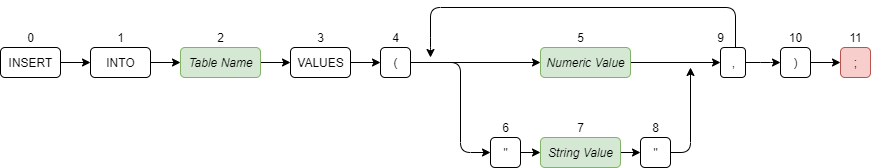
The draw.io diagram out/production/Masters Project/files/images/helpscreen/InsertDiagram.png in DeliciousWaffle/MastersProject, before a commit. Source tidied: cells renumbered, new cells last; positions are measured from the earlier drawing's top-left corner, leaving out a move shared by most shapes. Source of this version:
```xml
<mxGraphModel>
  <root>
    <mxCell id="0" />
    <mxCell id="1" parent="0" />
    <mxCell id="2" style="edgeStyle=orthogonalEdgeStyle;jettySize=auto;html=1;exitX=1;exitY=0.5;exitDx=0;exitDy=0;entryX=0;entryY=0.5;entryDx=0;entryDy=0;" parent="1" edge="1" source="3" target="6">
      <mxGeometry relative="1" as="geometry" />
    </mxCell>
    <mxCell id="3" value="INSERT" style="html=1;rounded=1;" parent="1" vertex="1">
      <mxGeometry y="40" width="60" height="30" as="geometry" />
    </mxCell>
    <mxCell id="4" value="0" style="text;html=1;align=center;verticalAlign=middle;rounded=1;" parent="1" vertex="1">
      <mxGeometry x="20" y="20" width="20" height="20" as="geometry" />
    </mxCell>
    <mxCell id="5" style="edgeStyle=orthogonalEdgeStyle;jettySize=auto;html=1;exitX=1;exitY=0.5;exitDx=0;exitDy=0;entryX=0;entryY=0.5;entryDx=0;entryDy=0;" parent="1" edge="1" source="6" target="9">
      <mxGeometry relative="1" as="geometry" />
    </mxCell>
    <mxCell id="6" value="INTO" style="html=1;rounded=1;" parent="1" vertex="1">
      <mxGeometry x="90" y="40" width="60" height="30" as="geometry" />
    </mxCell>
    <mxCell id="7" value="1" style="text;html=1;align=center;verticalAlign=middle;rounded=1;" parent="1" vertex="1">
      <mxGeometry x="110" y="20" width="20" height="20" as="geometry" />
    </mxCell>
    <mxCell id="8" style="edgeStyle=orthogonalEdgeStyle;jettySize=auto;html=1;exitX=1;exitY=0.5;exitDx=0;exitDy=0;entryX=0;entryY=0.5;entryDx=0;entryDy=0;" parent="1" edge="1" source="9" target="12">
      <mxGeometry relative="1" as="geometry" />
    </mxCell>
    <mxCell id="9" value="&lt;i&gt;Table Name&lt;/i&gt;" style="html=1;fillColor=#d5e8d4;strokeColor=#82b366;rounded=1;" parent="1" vertex="1">
      <mxGeometry x="180" y="40" width="80" height="30" as="geometry" />
    </mxCell>
    <mxCell id="10" value="2" style="text;html=1;align=center;verticalAlign=middle;rounded=1;" parent="1" vertex="1">
      <mxGeometry x="210" y="20" width="20" height="20" as="geometry" />
    </mxCell>
    <mxCell id="11" style="edgeStyle=orthogonalEdgeStyle;jettySize=auto;html=1;exitX=1;exitY=0.5;exitDx=0;exitDy=0;entryX=0;entryY=0.5;entryDx=0;entryDy=0;" parent="1" edge="1" source="12" target="16">
      <mxGeometry relative="1" as="geometry" />
    </mxCell>
    <mxCell id="12" value="VALUES" style="html=1;rounded=1;" parent="1" vertex="1">
      <mxGeometry x="290" y="40" width="60" height="30" as="geometry" />
    </mxCell>
    <mxCell id="13" value="3" style="text;html=1;align=center;verticalAlign=middle;rounded=1;" parent="1" vertex="1">
      <mxGeometry x="310" y="20" width="20" height="20" as="geometry" />
    </mxCell>
    <mxCell id="14" style="edgeStyle=orthogonalEdgeStyle;jettySize=auto;html=1;exitX=1;exitY=0.5;exitDx=0;exitDy=0;entryX=0;entryY=0.5;entryDx=0;entryDy=0;" parent="1" edge="1" source="16" target="19">
      <mxGeometry relative="1" as="geometry" />
    </mxCell>
    <mxCell id="15" style="edgeStyle=orthogonalEdgeStyle;rounded=1;jettySize=auto;html=1;exitX=1;exitY=0.5;exitDx=0;exitDy=0;entryX=0;entryY=0.5;entryDx=0;entryDy=0;" parent="1" edge="1" source="16" target="33">
      <mxGeometry relative="1" as="geometry">
        <Array as="points">
          <mxPoint x="460" y="55" />
        </Array>
      </mxGeometry>
    </mxCell>
    <mxCell id="16" value="(" style="html=1;rounded=1;" parent="1" vertex="1">
      <mxGeometry x="380" y="40" width="30" height="30" as="geometry" />
    </mxCell>
    <mxCell id="17" value="4" style="text;html=1;align=center;verticalAlign=middle;rounded=1;" parent="1" vertex="1">
      <mxGeometry x="385" y="20" width="20" height="20" as="geometry" />
    </mxCell>
    <mxCell id="18" style="edgeStyle=orthogonalEdgeStyle;jettySize=auto;html=1;exitX=1;exitY=0.5;exitDx=0;exitDy=0;entryX=0;entryY=0.5;entryDx=0;entryDy=0;" parent="1" edge="1" source="19" target="25">
      <mxGeometry relative="1" as="geometry" />
    </mxCell>
    <mxCell id="19" value="&lt;i&gt;Numeric Value&lt;/i&gt;" style="html=1;fillColor=#d5e8d4;strokeColor=#82b366;rounded=1;" parent="1" vertex="1">
      <mxGeometry x="540" y="40" width="90" height="30" as="geometry" />
    </mxCell>
    <mxCell id="20" value="5" style="text;html=1;align=center;verticalAlign=middle;rounded=1;" parent="1" vertex="1">
      <mxGeometry x="570" y="20" width="20" height="20" as="geometry" />
    </mxCell>
    <mxCell id="21" value=";" style="html=1;fillColor=#f8cecc;strokeColor=#b85450;rounded=1;" parent="1" vertex="1">
      <mxGeometry x="840" y="40" width="30" height="30" as="geometry" />
    </mxCell>
    <mxCell id="22" value="8" style="text;html=1;align=center;verticalAlign=middle;rounded=1;" parent="1" vertex="1">
      <mxGeometry x="645" y="110" width="20" height="20" as="geometry" />
    </mxCell>
    <mxCell id="23" style="edgeStyle=orthogonalEdgeStyle;jettySize=auto;html=1;exitX=1;exitY=0.5;exitDx=0;exitDy=0;entryX=0;entryY=0.5;entryDx=0;entryDy=0;" parent="1" edge="1" source="25" target="28">
      <mxGeometry relative="1" as="geometry">
        <Array as="points">
          <mxPoint x="770" y="55" />
          <mxPoint x="770" y="55" />
        </Array>
      </mxGeometry>
    </mxCell>
    <mxCell id="24" style="edgeStyle=orthogonalEdgeStyle;rounded=1;jettySize=auto;html=1;exitX=1;exitY=0.5;exitDx=0;exitDy=0;" parent="1" edge="1" source="25">
      <mxGeometry relative="1" as="geometry">
        <mxPoint x="430" y="50" as="targetPoint" />
        <Array as="points">
          <mxPoint x="735" y="55" />
          <mxPoint x="735" />
          <mxPoint x="430" />
          <mxPoint x="430" y="40" />
        </Array>
      </mxGeometry>
    </mxCell>
    <mxCell id="25" value="," style="html=1;rounded=1;" parent="1" vertex="1">
      <mxGeometry x="720" y="40" width="25" height="30" as="geometry" />
    </mxCell>
    <mxCell id="26" value="6" style="text;html=1;align=center;verticalAlign=middle;rounded=1;" parent="1" vertex="1">
      <mxGeometry x="495" y="110" width="20" height="20" as="geometry" />
    </mxCell>
    <mxCell id="27" style="edgeStyle=orthogonalEdgeStyle;jettySize=auto;html=1;exitX=1;exitY=0.5;exitDx=0;exitDy=0;entryX=0;entryY=0.5;entryDx=0;entryDy=0;" parent="1" edge="1" source="28" target="21">
      <mxGeometry relative="1" as="geometry" />
    </mxCell>
    <mxCell id="28" value=")" style="html=1;rounded=1;" parent="1" vertex="1">
      <mxGeometry x="780" y="40" width="30" height="30" as="geometry" />
    </mxCell>
    <mxCell id="29" value="7" style="text;html=1;align=center;verticalAlign=middle;rounded=1;" parent="1" vertex="1">
      <mxGeometry x="570" y="110" width="20" height="20" as="geometry" />
    </mxCell>
    <mxCell id="30" style="edgeStyle=orthogonalEdgeStyle;rounded=0;jettySize=auto;html=1;exitX=1;exitY=0.5;exitDx=0;exitDy=0;entryX=0;entryY=0.5;entryDx=0;entryDy=0;" parent="1" edge="1" source="31" target="35">
      <mxGeometry relative="1" as="geometry" />
    </mxCell>
    <mxCell id="31" value="&lt;i&gt;String Value&lt;/i&gt;" style="html=1;fillColor=#d5e8d4;strokeColor=#82b366;rounded=1;" parent="1" vertex="1">
      <mxGeometry x="540" y="130" width="80" height="30" as="geometry" />
    </mxCell>
    <mxCell id="32" style="edgeStyle=orthogonalEdgeStyle;rounded=0;jettySize=auto;html=1;exitX=1;exitY=0.5;exitDx=0;exitDy=0;entryX=0;entryY=0.5;entryDx=0;entryDy=0;" parent="1" edge="1" source="33" target="31">
      <mxGeometry relative="1" as="geometry" />
    </mxCell>
    <mxCell id="33" value="&quot;" style="html=1;rounded=1;" parent="1" vertex="1">
      <mxGeometry x="490" y="130" width="30" height="30" as="geometry" />
    </mxCell>
    <mxCell id="34" style="edgeStyle=orthogonalEdgeStyle;rounded=1;jettySize=auto;html=1;exitX=1;exitY=0.5;exitDx=0;exitDy=0;" parent="1" edge="1" source="35">
      <mxGeometry relative="1" as="geometry">
        <mxPoint x="690" y="60" as="targetPoint" />
        <Array as="points">
          <mxPoint x="690" y="145" />
          <mxPoint x="690" y="60" />
        </Array>
      </mxGeometry>
    </mxCell>
    <mxCell id="35" value="&quot;" style="html=1;rounded=1;" parent="1" vertex="1">
      <mxGeometry x="640" y="130" width="30" height="30" as="geometry" />
    </mxCell>
    <mxCell id="36" value="9" style="text;html=1;align=center;verticalAlign=middle;rounded=1;" parent="1" vertex="1">
      <mxGeometry x="710" y="20" width="20" height="20" as="geometry" />
    </mxCell>
    <mxCell id="37" value="10" style="text;html=1;align=center;verticalAlign=middle;rounded=1;" parent="1" vertex="1">
      <mxGeometry x="780" y="20" width="30" height="20" as="geometry" />
    </mxCell>
    <mxCell id="38" value="11" style="text;html=1;align=center;verticalAlign=middle;rounded=1;" parent="1" vertex="1">
      <mxGeometry x="840" y="20" width="30" height="20" as="geometry" />
    </mxCell>
  </root>
</mxGraphModel>
```
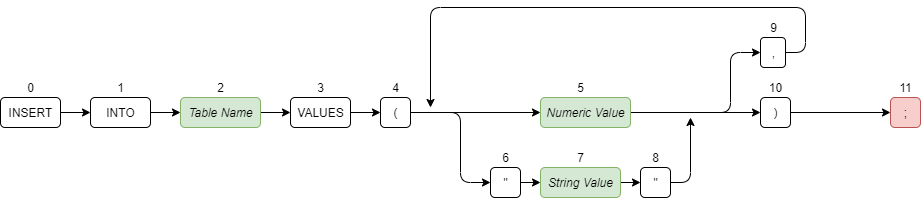
Above is the later version.

Change to the diagram source:
```diff
@@ -6,37 +6,37 @@
       <mxGeometry relative="1" as="geometry" />
     </mxCell>
     <mxCell id="3" value="INSERT" style="html=1;rounded=1;" parent="1" vertex="1">
-      <mxGeometry y="40" width="60" height="30" as="geometry" />
+      <mxGeometry y="100" width="60" height="30" as="geometry" />
     </mxCell>
     <mxCell id="4" value="0" style="text;html=1;align=center;verticalAlign=middle;rounded=1;" parent="1" vertex="1">
-      <mxGeometry x="20" y="20" width="20" height="20" as="geometry" />
+      <mxGeometry x="20" y="80" width="20" height="20" as="geometry" />
     </mxCell>
     <mxCell id="5" style="edgeStyle=orthogonalEdgeStyle;jettySize=auto;html=1;exitX=1;exitY=0.5;exitDx=0;exitDy=0;entryX=0;entryY=0.5;entryDx=0;entryDy=0;" parent="1" edge="1" source="6" target="9">
       <mxGeometry relative="1" as="geometry" />
     </mxCell>
     <mxCell id="6" value="INTO" style="html=1;rounded=1;" parent="1" vertex="1">
-      <mxGeometry x="90" y="40" width="60" height="30" as="geometry" />
+      <mxGeometry x="90" y="100" width="60" height="30" as="geometry" />
     </mxCell>
     <mxCell id="7" value="1" style="text;html=1;align=center;verticalAlign=middle;rounded=1;" parent="1" vertex="1">
-      <mxGeometry x="110" y="20" width="20" height="20" as="geometry" />
+      <mxGeometry x="110" y="80" width="20" height="20" as="geometry" />
     </mxCell>
     <mxCell id="8" style="edgeStyle=orthogonalEdgeStyle;jettySize=auto;html=1;exitX=1;exitY=0.5;exitDx=0;exitDy=0;entryX=0;entryY=0.5;entryDx=0;entryDy=0;" parent="1" edge="1" source="9" target="12">
       <mxGeometry relative="1" as="geometry" />
     </mxCell>
     <mxCell id="9" value="&lt;i&gt;Table Name&lt;/i&gt;" style="html=1;fillColor=#d5e8d4;strokeColor=#82b366;rounded=1;" parent="1" vertex="1">
-      <mxGeometry x="180" y="40" width="80" height="30" as="geometry" />
+      <mxGeometry x="180" y="100" width="80" height="30" as="geometry" />
     </mxCell>
     <mxCell id="10" value="2" style="text;html=1;align=center;verticalAlign=middle;rounded=1;" parent="1" vertex="1">
-      <mxGeometry x="210" y="20" width="20" height="20" as="geometry" />
+      <mxGeometry x="210" y="80" width="20" height="20" as="geometry" />
     </mxCell>
     <mxCell id="11" style="edgeStyle=orthogonalEdgeStyle;jettySize=auto;html=1;exitX=1;exitY=0.5;exitDx=0;exitDy=0;entryX=0;entryY=0.5;entryDx=0;entryDy=0;" parent="1" edge="1" source="12" target="16">
       <mxGeometry relative="1" as="geometry" />
     </mxCell>
     <mxCell id="12" value="VALUES" style="html=1;rounded=1;" parent="1" vertex="1">
-      <mxGeometry x="290" y="40" width="60" height="30" as="geometry" />
+      <mxGeometry x="290" y="100" width="60" height="30" as="geometry" />
     </mxCell>
     <mxCell id="13" value="3" style="text;html=1;align=center;verticalAlign=middle;rounded=1;" parent="1" vertex="1">
-      <mxGeometry x="310" y="20" width="20" height="20" as="geometry" />
+      <mxGeometry x="310" y="80" width="20" height="20" as="geometry" />
     </mxCell>
     <mxCell id="14" style="edgeStyle=orthogonalEdgeStyle;jettySize=auto;html=1;exitX=1;exitY=0.5;exitDx=0;exitDy=0;entryX=0;entryY=0.5;entryDx=0;entryDy=0;" parent="1" edge="1" source="16" target="19">
       <mxGeometry relative="1" as="geometry" />
@@ -44,97 +44,95 @@
     <mxCell id="15" style="edgeStyle=orthogonalEdgeStyle;rounded=1;jettySize=auto;html=1;exitX=1;exitY=0.5;exitDx=0;exitDy=0;entryX=0;entryY=0.5;entryDx=0;entryDy=0;" parent="1" edge="1" source="16" target="33">
       <mxGeometry relative="1" as="geometry">
         <Array as="points">
-          <mxPoint x="460" y="55" />
+          <mxPoint x="460" y="115" />
         </Array>
       </mxGeometry>
     </mxCell>
     <mxCell id="16" value="(" style="html=1;rounded=1;" parent="1" vertex="1">
-      <mxGeometry x="380" y="40" width="30" height="30" as="geometry" />
+      <mxGeometry x="380" y="100" width="30" height="30" as="geometry" />
     </mxCell>
     <mxCell id="17" value="4" style="text;html=1;align=center;verticalAlign=middle;rounded=1;" parent="1" vertex="1">
-      <mxGeometry x="385" y="20" width="20" height="20" as="geometry" />
+      <mxGeometry x="385" y="80" width="20" height="20" as="geometry" />
     </mxCell>
-    <mxCell id="18" style="edgeStyle=orthogonalEdgeStyle;jettySize=auto;html=1;exitX=1;exitY=0.5;exitDx=0;exitDy=0;entryX=0;entryY=0.5;entryDx=0;entryDy=0;" parent="1" edge="1" source="19" target="25">
+    <mxCell id="18" style="edgeStyle=orthogonalEdgeStyle;jettySize=auto;html=1;exitX=1;exitY=0.5;exitDx=0;exitDy=0;entryX=0;entryY=0.5;entryDx=0;entryDy=0;" parent="1" edge="1" source="19" target="28">
       <mxGeometry relative="1" as="geometry" />
     </mxCell>
+    <mxCell id="39" style="edgeStyle=orthogonalEdgeStyle;rounded=1;jettySize=auto;html=1;exitX=1;exitY=0.5;exitDx=0;exitDy=0;entryX=0;entryY=0.5;entryDx=0;entryDy=0;" parent="1" edge="1" source="19" target="25">
+      <mxGeometry relative="1" as="geometry">
+        <Array as="points">
+          <mxPoint x="730" y="115" />
+          <mxPoint x="730" y="55" />
+        </Array>
+      </mxGeometry>
+    </mxCell>
     <mxCell id="19" value="&lt;i&gt;Numeric Value&lt;/i&gt;" style="html=1;fillColor=#d5e8d4;strokeColor=#82b366;rounded=1;" parent="1" vertex="1">
-      <mxGeometry x="540" y="40" width="90" height="30" as="geometry" />
+      <mxGeometry x="540" y="100" width="90" height="30" as="geometry" />
     </mxCell>
     <mxCell id="20" value="5" style="text;html=1;align=center;verticalAlign=middle;rounded=1;" parent="1" vertex="1">
-      <mxGeometry x="570" y="20" width="20" height="20" as="geometry" />
+      <mxGeometry x="570" y="80" width="20" height="20" as="geometry" />
     </mxCell>
     <mxCell id="21" value=";" style="html=1;fillColor=#f8cecc;strokeColor=#b85450;rounded=1;" parent="1" vertex="1">
-      <mxGeometry x="840" y="40" width="30" height="30" as="geometry" />
+      <mxGeometry x="890" y="100" width="30" height="30" as="geometry" />
     </mxCell>
     <mxCell id="22" value="8" style="text;html=1;align=center;verticalAlign=middle;rounded=1;" parent="1" vertex="1">
-      <mxGeometry x="645" y="110" width="20" height="20" as="geometry" />
+      <mxGeometry x="645" y="150" width="20" height="20" as="geometry" />
     </mxCell>
-    <mxCell id="23" style="edgeStyle=orthogonalEdgeStyle;jettySize=auto;html=1;exitX=1;exitY=0.5;exitDx=0;exitDy=0;entryX=0;entryY=0.5;entryDx=0;entryDy=0;" parent="1" edge="1" source="25" target="28">
-      <mxGeometry relative="1" as="geometry">
-        <Array as="points">
-          <mxPoint x="770" y="55" />
-          <mxPoint x="770" y="55" />
-        </Array>
-      </mxGeometry>
-    </mxCell>
-    <mxCell id="24" style="edgeStyle=orthogonalEdgeStyle;rounded=1;jettySize=auto;html=1;exitX=1;exitY=0.5;exitDx=0;exitDy=0;" parent="1" edge="1" source="25">
-      <mxGeometry relative="1" as="geometry">
-        <mxPoint x="430" y="50" as="targetPoint" />
-        <Array as="points">
-          <mxPoint x="735" y="55" />
-          <mxPoint x="735" />
-          <mxPoint x="430" />
-          <mxPoint x="430" y="40" />
-        </Array>
-      </mxGeometry>
-    </mxCell>
+    <mxCell id="40" style="edgeStyle=orthogonalEdgeStyle;rounded=1;jettySize=auto;html=1;exitX=1;exitY=0.5;exitDx=0;exitDy=0;" parent="1" edge="1" source="25">
+      <mxGeometry relative="1" as="geometry">
+        <mxPoint x="430" y="110" as="targetPoint" />
+        <Array as="points">
+          <mxPoint x="805" y="55" />
+          <mxPoint x="805" y="10" />
+          <mxPoint x="430" y="10" />
+        </Array>
+      </mxGeometry>
+    </mxCell>
     <mxCell id="25" value="," style="html=1;rounded=1;" parent="1" vertex="1">
-      <mxGeometry x="720" y="40" width="25" height="30" as="geometry" />
+      <mxGeometry x="760" y="40" width="25" height="30" as="geometry" />
     </mxCell>
     <mxCell id="26" value="6" style="text;html=1;align=center;verticalAlign=middle;rounded=1;" parent="1" vertex="1">
-      <mxGeometry x="495" y="110" width="20" height="20" as="geometry" />
+      <mxGeometry x="495" y="150" width="20" height="20" as="geometry" />
     </mxCell>
-    <mxCell id="27" style="edgeStyle=orthogonalEdgeStyle;jettySize=auto;html=1;exitX=1;exitY=0.5;exitDx=0;exitDy=0;entryX=0;entryY=0.5;entryDx=0;entryDy=0;" parent="1" edge="1" source="28" target="21">
+    <mxCell id="27" style="edgeStyle=orthogonalEdgeStyle;rounded=1;jettySize=auto;html=1;exitX=1;exitY=0.5;exitDx=0;exitDy=0;entryX=0;entryY=0.5;entryDx=0;entryDy=0;" parent="1" edge="1" source="28" target="21">
       <mxGeometry relative="1" as="geometry" />
     </mxCell>
     <mxCell id="28" value=")" style="html=1;rounded=1;" parent="1" vertex="1">
-      <mxGeometry x="780" y="40" width="30" height="30" as="geometry" />
+      <mxGeometry x="760" y="100" width="30" height="30" as="geometry" />
     </mxCell>
     <mxCell id="29" value="7" style="text;html=1;align=center;verticalAlign=middle;rounded=1;" parent="1" vertex="1">
-      <mxGeometry x="570" y="110" width="20" height="20" as="geometry" />
+      <mxGeometry x="570" y="150" width="20" height="20" as="geometry" />
     </mxCell>
     <mxCell id="30" style="edgeStyle=orthogonalEdgeStyle;rounded=0;jettySize=auto;html=1;exitX=1;exitY=0.5;exitDx=0;exitDy=0;entryX=0;entryY=0.5;entryDx=0;entryDy=0;" parent="1" edge="1" source="31" target="35">
       <mxGeometry relative="1" as="geometry" />
     </mxCell>
     <mxCell id="31" value="&lt;i&gt;String Value&lt;/i&gt;" style="html=1;fillColor=#d5e8d4;strokeColor=#82b366;rounded=1;" parent="1" vertex="1">
-      <mxGeometry x="540" y="130" width="80" height="30" as="geometry" />
+      <mxGeometry x="540" y="170" width="80" height="30" as="geometry" />
     </mxCell>
     <mxCell id="32" style="edgeStyle=orthogonalEdgeStyle;rounded=0;jettySize=auto;html=1;exitX=1;exitY=0.5;exitDx=0;exitDy=0;entryX=0;entryY=0.5;entryDx=0;entryDy=0;" parent="1" edge="1" source="33" target="31">
       <mxGeometry relative="1" as="geometry" />
     </mxCell>
     <mxCell id="33" value="&quot;" style="html=1;rounded=1;" parent="1" vertex="1">
-      <mxGeometry x="490" y="130" width="30" height="30" as="geometry" />
+      <mxGeometry x="490" y="170" width="30" height="30" as="geometry" />
     </mxCell>
     <mxCell id="34" style="edgeStyle=orthogonalEdgeStyle;rounded=1;jettySize=auto;html=1;exitX=1;exitY=0.5;exitDx=0;exitDy=0;" parent="1" edge="1" source="35">
       <mxGeometry relative="1" as="geometry">
-        <mxPoint x="690" y="60" as="targetPoint" />
+        <mxPoint x="690" y="120" as="targetPoint" />
         <Array as="points">
-          <mxPoint x="690" y="145" />
-          <mxPoint x="690" y="60" />
+          <mxPoint x="690" y="185" />
         </Array>
       </mxGeometry>
     </mxCell>
     <mxCell id="35" value="&quot;" style="html=1;rounded=1;" parent="1" vertex="1">
-      <mxGeometry x="640" y="130" width="30" height="30" as="geometry" />
+      <mxGeometry x="640" y="170" width="30" height="30" as="geometry" />
     </mxCell>
     <mxCell id="36" value="9" style="text;html=1;align=center;verticalAlign=middle;rounded=1;" parent="1" vertex="1">
-      <mxGeometry x="710" y="20" width="20" height="20" as="geometry" />
+      <mxGeometry x="762.5" y="20" width="20" height="20" as="geometry" />
     </mxCell>
     <mxCell id="37" value="10" style="text;html=1;align=center;verticalAlign=middle;rounded=1;" parent="1" vertex="1">
-      <mxGeometry x="780" y="20" width="30" height="20" as="geometry" />
+      <mxGeometry x="760" y="80" width="30" height="20" as="geometry" />
     </mxCell>
     <mxCell id="38" value="11" style="text;html=1;align=center;verticalAlign=middle;rounded=1;" parent="1" vertex="1">
-      <mxGeometry x="840" y="20" width="30" height="20" as="geometry" />
+      <mxGeometry x="890" y="80" width="30" height="20" as="geometry" />
     </mxCell>
   </root>
 </mxGraphModel>
```
